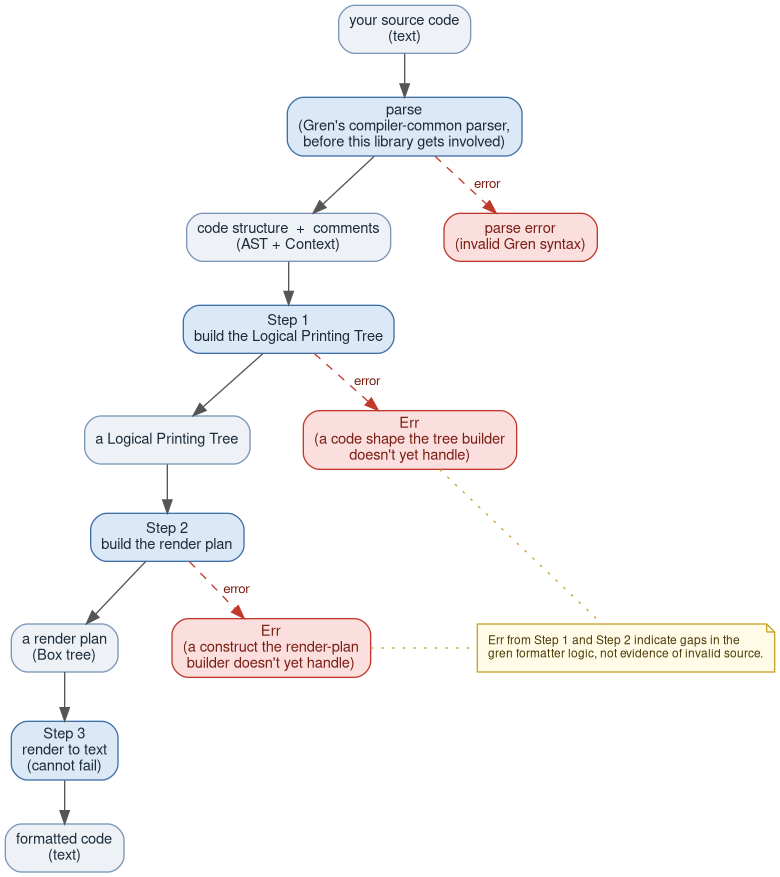
Above: docs/diagrams/formatter-pipeline.png in gilramir/gren-format-lib (Graphviz), before the change. Its source is kept beside it as docs/diagrams/formatter-pipeline.dot.
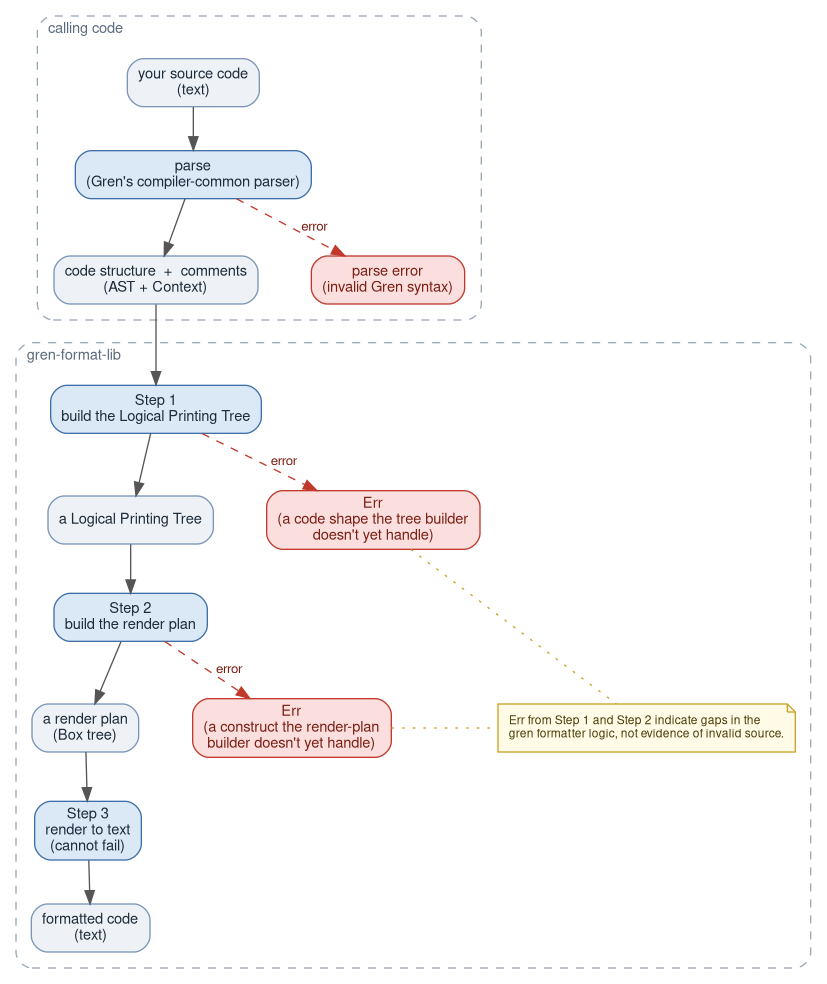
After the commit.

Commit message:
README: show how to call the formatter, and list every doc

The edit, as a diff of the source:
```diff
@@ -5,30 +5,62 @@
     fontsize=12;
     ranksep=0.45;
     nodesep=0.55;
+    compound=true;
 
     node [fontname="Helvetica,Arial,sans-serif", fontsize=11];
     edge [fontname="Helvetica,Arial,sans-serif", fontsize=10, color="#555555"];
 
-    node [shape=box, style="rounded,filled", fillcolor="#eef2f7", color="#7a95b8", fontcolor="#1c2b3a"];
-    source     [label="your source code\n(text)"];
-    astCtx     [label="code structure  +  comments\n(AST + Context)"];
-    lpt        [label="a Logical Printing Tree"];
-    renderPlan [label="a render plan\n(Box tree)"];
-    formatted  [label="formatted code\n(text)"];
+    subgraph cluster_caller {
+        label="calling code";
+        labeljust=l;
+        fontsize=11;
+        fontcolor="#5b6b7c";
+        style="dashed,rounded";
+        color="#9aa8b6";
+        margin=12;
 
-    node [shape=box, style="rounded,filled", fillcolor="#dbe9f7", color="#3f6fa8", fontcolor="#1c2b3a"];
-    parse [label="parse\n(Gren's compiler-common parser,\nbefore this library gets involved)"];
-    step1 [label="Step 1\nbuild the Logical Printing Tree"];
-    step2 [label="Step 2\nbuild the render plan"];
-    step3 [label="Step 3\nrender to text\n(cannot fail)"];
+        node [shape=box, style="rounded,filled", fillcolor="#eef2f7", color="#7a95b8", fontcolor="#1c2b3a"];
+        source [label="your source code\n(text)"];
+        astCtx [label="code structure  +  comments\n(AST + Context)"];
 
-    node [shape=box, style="rounded,filled", fillcolor="#fbdede", color="#c0392b", fontcolor="#7a1f13"];
-    parseFail [label="parse error\n(invalid Gren syntax)"];
-    step1Fail [label="Err\n(a code shape the tree builder\ndoesn't yet handle)"];
-    step2Fail [label="Err\n(a construct the render-plan\nbuilder doesn't yet handle)"];
+        node [shape=box, style="rounded,filled", fillcolor="#dbe9f7", color="#3f6fa8", fontcolor="#1c2b3a"];
+        parse [label="parse\n(Gren's compiler-common parser)"];
 
-    node [shape=note, style=filled, fillcolor="#fffbe6", color="#c9a227", fontcolor="#4a3b06", fontsize=9];
-    errNote [label="Err from Step 1 and Step 2 indicate gaps in the\lgren formatter logic, not evidence of invalid source.\l"];
+        node [shape=box, style="rounded,filled", fillcolor="#fbdede", color="#c0392b", fontcolor="#7a1f13"];
+        parseFail [label="parse error\n(invalid Gren syntax)"];
+
+        { rank=same; astCtx; parseFail }
+    }
+
+    subgraph cluster_lib {
+        label="gren-format-lib";
+        labeljust=l;
+        fontsize=11;
+        fontcolor="#5b6b7c";
+        style="dashed,rounded";
+        color="#9aa8b6";
+        margin=12;
+
+        node [shape=box, style="rounded,filled", fillcolor="#eef2f7", color="#7a95b8", fontcolor="#1c2b3a"];
+        lpt        [label="a Logical Printing Tree"];
+        renderPlan [label="a render plan\n(Box tree)"];
+        formatted  [label="formatted code\n(text)"];
+
+        node [shape=box, style="rounded,filled", fillcolor="#dbe9f7", color="#3f6fa8", fontcolor="#1c2b3a"];
+        step1 [label="Step 1\nbuild the Logical Printing Tree"];
+        step2 [label="Step 2\nbuild the render plan"];
+        step3 [label="Step 3\nrender to text\n(cannot fail)"];
+
+        node [shape=box, style="rounded,filled", fillcolor="#fbdede", color="#c0392b", fontcolor="#7a1f13"];
+        step1Fail [label="Err\n(a code shape the tree builder\ndoesn't yet handle)"];
+        step2Fail [label="Err\n(a construct the render-plan\nbuilder doesn't yet handle)"];
+
+        node [shape=note, style=filled, fillcolor="#fffbe6", color="#c9a227", fontcolor="#4a3b06", fontsize=9];
+        errNote [label="Err from Step 1 and Step 2 indicate gaps in the\lgren formatter logic, not evidence of invalid source.\l"];
+
+        { rank=same; lpt; step1Fail }
+        { rank=same; renderPlan; step2Fail; errNote }
+    }
 
     source -> parse;
     parse  -> astCtx;
@@ -45,8 +77,4 @@
 
     step1Fail -> errNote [style=dotted, arrowhead=none, color="#c9a227", constraint=false];
     step2Fail -> errNote [style=dotted, arrowhead=none, color="#c9a227", constraint=false];
-
-    { rank=same; astCtx; parseFail }
-    { rank=same; lpt; step1Fail }
-    { rank=same; renderPlan; step2Fail; errNote }
 }
```
